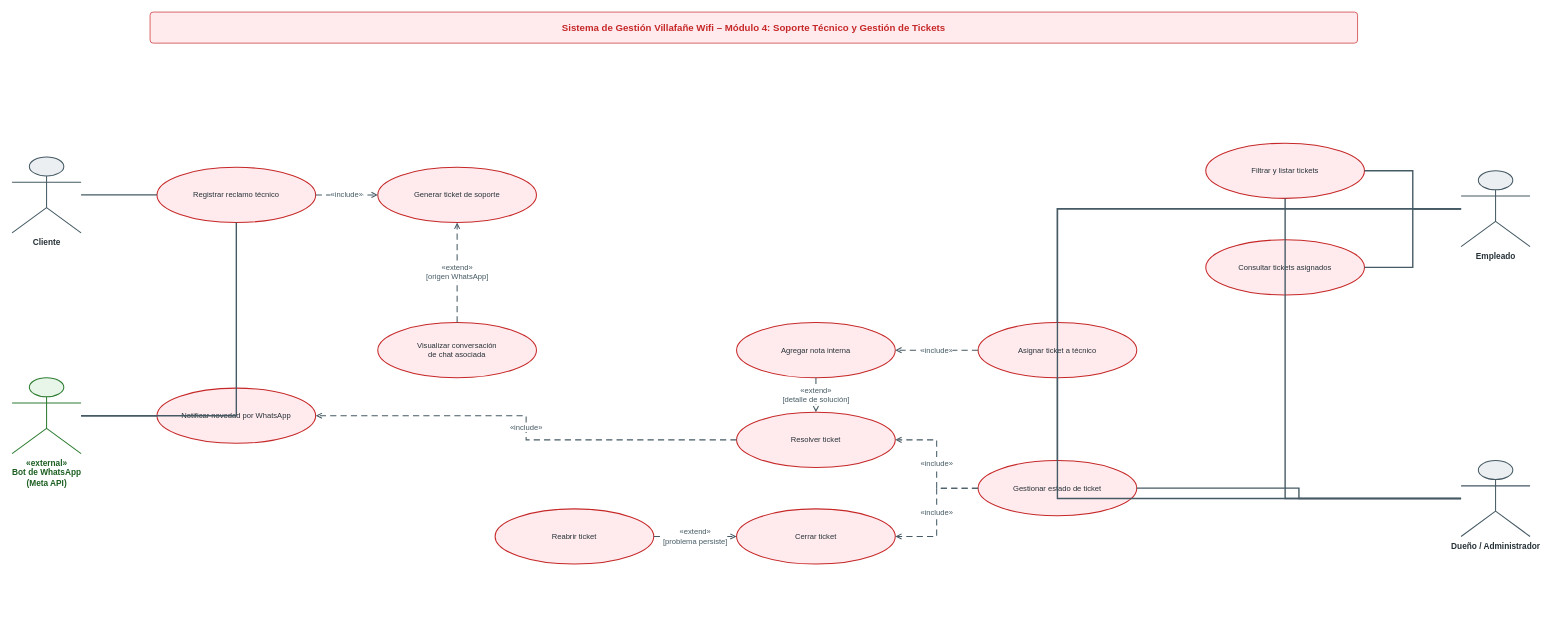
Earlier version of the draw.io diagram Diagramas/Diagrama de Caso de Uso Modulo 4.drawio (Ukiluli11/VillafaneWifi-Gestion-y-atencion). Source tidied: cells renumbered, new cells numbered last; positions are measured from the earlier drawing's top-left corner, leaving out a move shared by most shapes. Both pictures are drawn from the tidied source at 69%, with x=0, y=0 at pixel (12, 12).
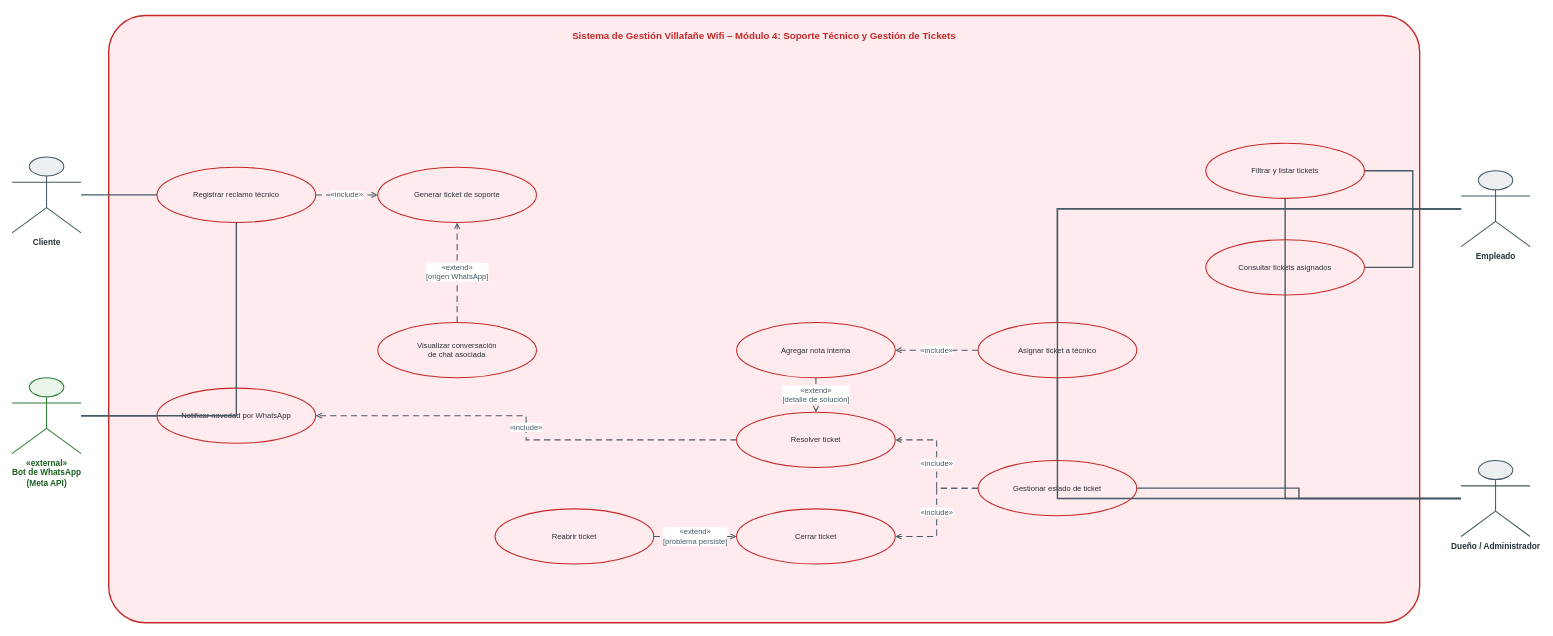
Above is the later version.

The edit, as a diff of the source:
```diff
@@
-    <mxCell id="2" value="Sistema de Gestión Villafañe Wifi – Módulo 4: Soporte Técnico y Gestión de Tickets" style="text;html=1;strokeColor=#C62828;fillColor=#FFEBEE;align=center;verticalAlign=middle;whiteSpace=wrap;overflow=hidden;fontStyle=1;fontSize=14;fontColor=#C62828;rounded=1;arcSize=10;" parent="1" vertex="1">
-      <mxGeometry x="200" width="1750" height="45" as="geometry" />
+    <mxCell id="2" value="Sistema de Gestión Villafañe Wifi – Módulo 4: Soporte Técnico y Gestión de Tickets" style="text;html=1;strokeColor=#C62828;fillColor=#FFEBEE;align=center;verticalAlign=top;whiteSpace=wrap;overflow=hidden;fontStyle=1;fontSize=14;fontColor=#C62828;rounded=1;arcSize=6;strokeWidth=2;spacingTop=14;" parent="1" vertex="1">
+      <mxGeometry x="140" y="5" width="1900" height="880" as="geometry" />
     </mxCell>
```
